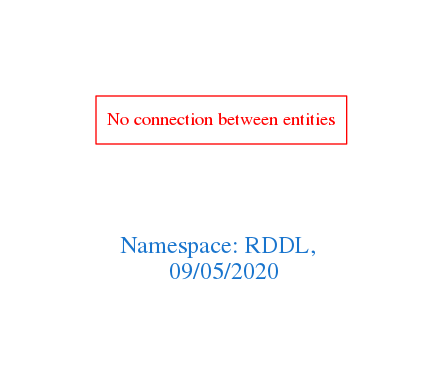
Before: downloads/RDDL.png, a diagram exported from Graphviz (arago/OGIT). Its source is kept beside it as downloads/RDDL.dot.
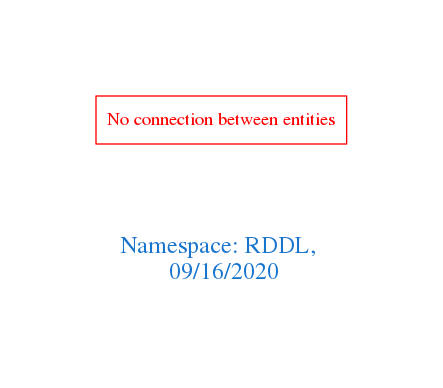
After the change.

The edit, as a diff of the source:
```diff
@@ -1,7 +1,7 @@
 digraph OGIT_ontology {
  graph [ rankdir= LR,pad=1
 fontsize = 18,
-fontcolor= dodgerblue3,label = "\n\n\nNamespace: RDDL, \n 09/05/2020"];
+fontcolor= dodgerblue3,label = "\n\n\nNamespace: RDDL, \n 09/16/2020"];
 node[shape=polygon];
 edge [  color="gray81"];
 
```
